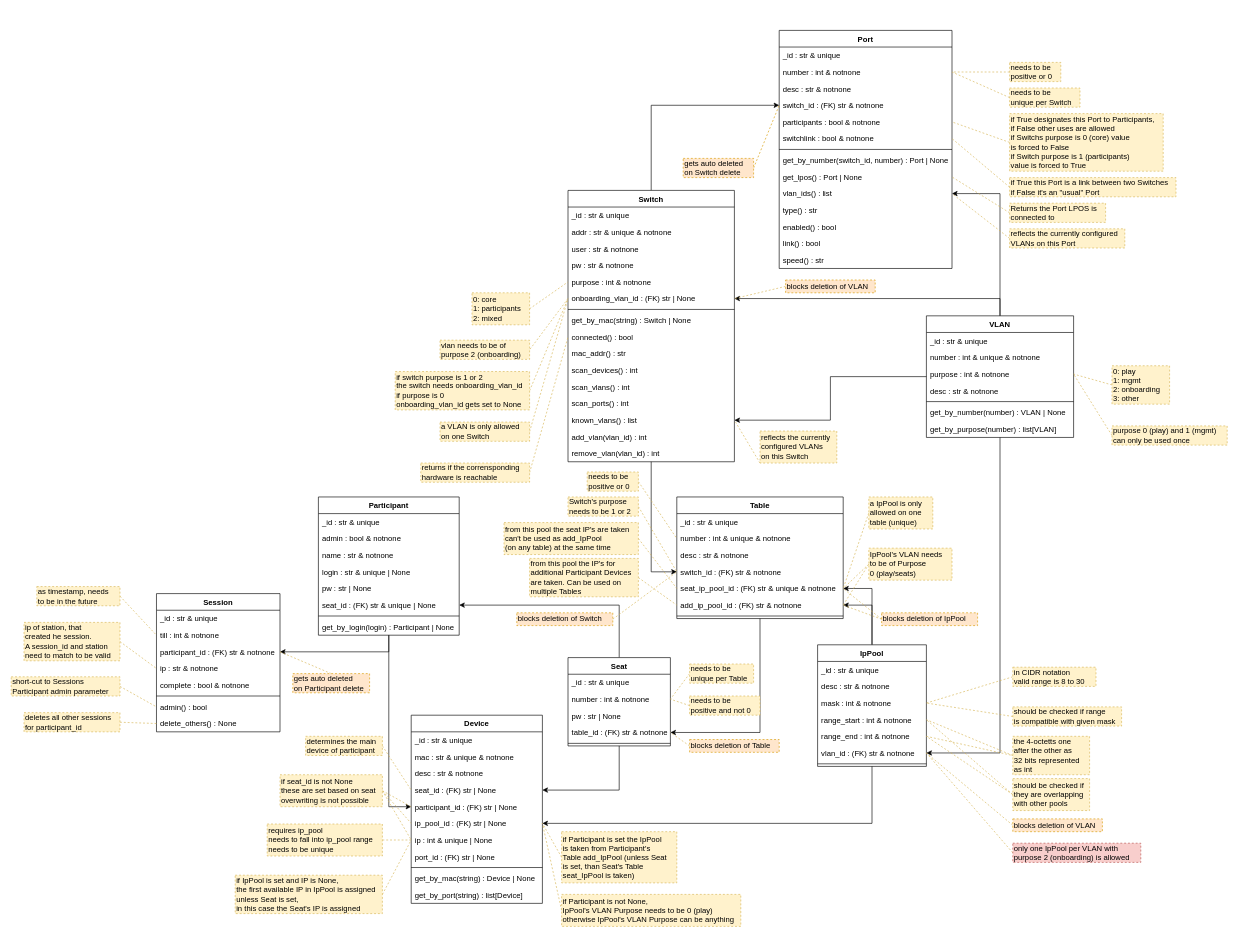
Before: docs/elements_classes.drawio in nils-ost/LanPartyOnboardingSystem, a draw.io diagram. Source tidied: cells renumbered, new cells numbered last; positions are measured from the earlier drawing's top-left corner, leaving out a move shared by most shapes. Both pictures are drawn from the tidied source at 64%, with x=0, y=0 at pixel (11, 30).
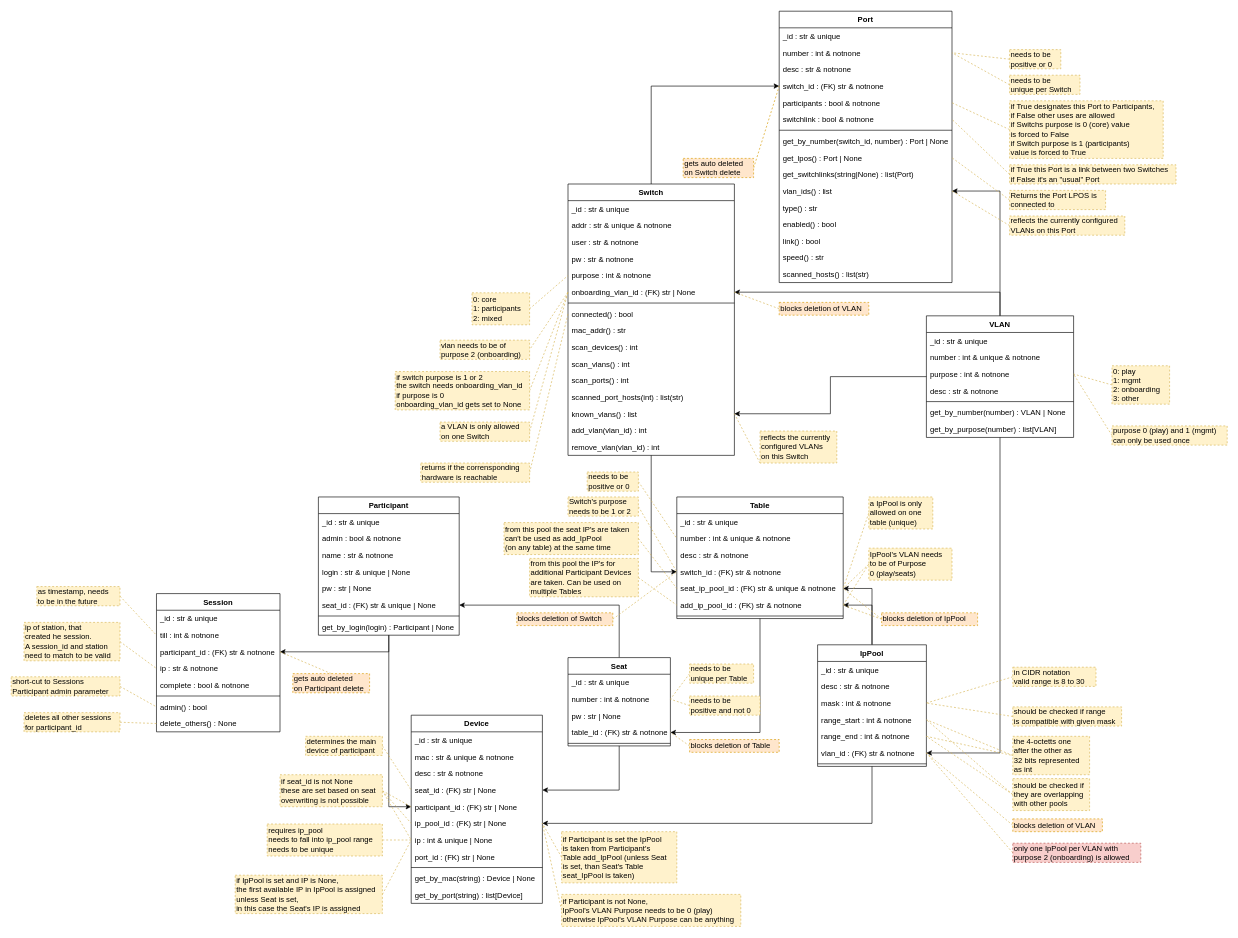
The same diagram, later.

What changed in the source:
```diff
@@
     <mxCell id="13" value="Switch" style="swimlane;fontStyle=1;align=center;verticalAlign=top;horizontal=1;startSize=26;" parent="1" vertex="1">
-      <mxGeometry x="870" y="250" width="260" height="424" as="geometry" />
+      <mxGeometry x="870" y="240" width="260" height="424" as="geometry" />
     </mxCell>
@@
-    <mxCell id="21" value="get_by_mac(string) : Switch | None" style="text;align=left;verticalAlign=top;spacingLeft=4;spacingRight=4;overflow=hidden;" parent="13" vertex="1">
-      <mxGeometry y="190" width="260" height="26" as="geometry" />
-    </mxCell>
     <mxCell id="22" value="connected() : bool" style="text;align=left;verticalAlign=top;spacingLeft=4;spacingRight=4;overflow=hidden;points=[[0,0.5],[1,0.5]];portConstraint=eastwest;" parent="13" vertex="1">
-      <mxGeometry y="216" width="260" height="26" as="geometry" />
+      <mxGeometry y="190" width="260" height="26" as="geometry" />
     </mxCell>
     <mxCell id="23" value="mac_addr() : str" style="text;align=left;verticalAlign=top;spacingLeft=4;spacingRight=4;overflow=hidden;" parent="13" vertex="1">
-      <mxGeometry y="242" width="260" height="26" as="geometry" />
+      <mxGeometry y="216" width="260" height="26" as="geometry" />
     </mxCell>
     <mxCell id="24" value="scan_devices() : int" style="text;align=left;verticalAlign=top;spacingLeft=4;spacingRight=4;overflow=hidden;" parent="13" vertex="1">
-      <mxGeometry y="268" width="260" height="26" as="geometry" />
+      <mxGeometry y="242" width="260" height="26" as="geometry" />
     </mxCell>
     <mxCell id="25" value="scan_vlans() : int" style="text;align=left;verticalAlign=top;spacingLeft=4;spacingRight=4;overflow=hidden;" parent="13" vertex="1">
-      <mxGeometry y="294" width="260" height="26" as="geometry" />
+      <mxGeometry y="268" width="260" height="26" as="geometry" />
     </mxCell>
     <mxCell id="26" value="scan_ports() : int" style="text;align=left;verticalAlign=top;spacingLeft=4;spacingRight=4;overflow=hidden;" parent="13" vertex="1">
-      <mxGeometry y="320" width="260" height="26" as="geometry" />
+      <mxGeometry y="294" width="260" height="26" as="geometry" />
     </mxCell>
+    <mxCell id="202" value="scanned_port_hosts(int) : list(str)" style="text;align=left;verticalAlign=top;spacingLeft=4;spacingRight=4;overflow=hidden;" parent="13" vertex="1">
+      <mxGeometry y="320" width="260" height="26" as="geometry" />
+    </mxCell>
@@
     <mxCell id="167" value="blocks deletion of VLAN" style="rounded=0;whiteSpace=wrap;html=1;fillColor=#ffe6cc;strokeColor=#d79b00;dashed=1;align=left;verticalAlign=middle;horizontal=1;labelPosition=center;verticalLabelPosition=middle;" parent="1" vertex="1">
-      <mxGeometry x="1210" y="390" width="140" height="20" as="geometry" />
+      <mxGeometry x="1200" y="425" width="140" height="20" as="geometry" />
     </mxCell>
@@
     <mxCell id="170" value="Port" style="swimlane;fontStyle=1;align=center;verticalAlign=top;horizontal=1;startSize=26;" parent="1" vertex="1">
-      <mxGeometry x="1200" width="270" height="372" as="geometry" />
+      <mxGeometry x="1200" y="-30" width="270" height="424" as="geometry" />
     </mxCell>
@@
+    <mxCell id="203" value="get_switchlinks(string|None) : list(Port)" style="text;align=left;verticalAlign=top;spacingLeft=4;spacingRight=4;overflow=hidden;" parent="170" vertex="1">
+      <mxGeometry y="242" width="270" height="26" as="geometry" />
+    </mxCell>
     <mxCell id="180" value="vlan_ids() : list" style="text;align=left;verticalAlign=top;spacingLeft=4;spacingRight=4;overflow=hidden;points=[[0,0.5],[1,0.5]];portConstraint=eastwest;" parent="170" vertex="1">
-      <mxGeometry y="242" width="270" height="26" as="geometry" />
+      <mxGeometry y="268" width="270" height="26" as="geometry" />
     </mxCell>
     <mxCell id="181" value="type() : str" style="text;align=left;verticalAlign=top;spacingLeft=4;spacingRight=4;overflow=hidden;" parent="170" vertex="1">
-      <mxGeometry y="268" width="270" height="26" as="geometry" />
+      <mxGeometry y="294" width="270" height="26" as="geometry" />
     </mxCell>
     <mxCell id="182" value="enabled() : bool" style="text;align=left;verticalAlign=top;spacingLeft=4;spacingRight=4;overflow=hidden;" parent="170" vertex="1">
-      <mxGeometry y="294" width="270" height="26" as="geometry" />
+      <mxGeometry y="320" width="270" height="26" as="geometry" />
     </mxCell>
     <mxCell id="183" value="link() : bool" style="text;align=left;verticalAlign=top;spacingLeft=4;spacingRight=4;overflow=hidden;" parent="170" vertex="1">
-      <mxGeometry y="320" width="270" height="26" as="geometry" />
+      <mxGeometry y="346" width="270" height="26" as="geometry" />
     </mxCell>
     <mxCell id="184" value="speed() : str" style="text;align=left;verticalAlign=top;spacingLeft=4;spacingRight=4;overflow=hidden;" parent="170" vertex="1">
-      <mxGeometry y="346" width="270" height="26" as="geometry" />
+      <mxGeometry y="372" width="270" height="26" as="geometry" />
     </mxCell>
+    <mxCell id="204" value="scanned_hosts() : list(str)" style="text;align=left;verticalAlign=top;spacingLeft=4;spacingRight=4;overflow=hidden;" parent="170" vertex="1">
+      <mxGeometry y="398" width="270" height="26" as="geometry" />
+    </mxCell>
@@
     <mxCell id="186" value="needs to be&lt;br&gt;unique per Switch" style="rounded=0;whiteSpace=wrap;html=1;fillColor=#fff2cc;strokeColor=#d6b656;dashed=1;align=left;verticalAlign=middle;horizontal=1;labelPosition=center;verticalLabelPosition=middle;" parent="1" vertex="1">
-      <mxGeometry x="1560" y="90" width="110" height="30" as="geometry" />
+      <mxGeometry x="1560" y="70" width="110" height="30" as="geometry" />
     </mxCell>
@@
     <mxCell id="188" value="if True designates this Port to Participants,&lt;br&gt;if False other uses are allowed&lt;br&gt;if Switchs purpose is 0 (core) value&lt;br&gt;is forced to False&lt;br&gt;if Switch purpose is 1 (participants)&lt;br&gt;value is forced to True" style="rounded=0;whiteSpace=wrap;html=1;fillColor=#fff2cc;strokeColor=#d6b656;dashed=1;align=left;verticalAlign=middle;horizontal=1;labelPosition=center;verticalLabelPosition=middle;" parent="1" vertex="1">
-      <mxGeometry x="1560" y="130" width="240" height="90" as="geometry" />
+      <mxGeometry x="1560" y="110" width="240" height="90" as="geometry" />
     </mxCell>
@@
     <mxCell id="190" value="reflects the currently configured&lt;br&gt;VLANs on this Port" style="rounded=0;whiteSpace=wrap;html=1;fillColor=#fff2cc;strokeColor=#d6b656;dashed=1;align=left;verticalAlign=middle;horizontal=1;labelPosition=center;verticalLabelPosition=middle;" parent="1" vertex="1">
-      <mxGeometry x="1560" y="310" width="180" height="30" as="geometry" />
+      <mxGeometry x="1560" y="290" width="180" height="30" as="geometry" />
     </mxCell>
@@
     <mxCell id="197" value="needs to be&lt;br&gt;positive or 0" style="rounded=0;whiteSpace=wrap;html=1;fillColor=#fff2cc;strokeColor=#d6b656;dashed=1;align=left;verticalAlign=middle;horizontal=1;labelPosition=center;verticalLabelPosition=middle;" parent="1" vertex="1">
-      <mxGeometry x="1560" y="50" width="80" height="30" as="geometry" />
+      <mxGeometry x="1560" y="30" width="80" height="30" as="geometry" />
     </mxCell>
@@
     <mxCell id="199" value="if True this Port is a link between two Switches&lt;br&gt;if False it's an &quot;usual&quot; Port" style="rounded=0;whiteSpace=wrap;html=1;fillColor=#fff2cc;strokeColor=#d6b656;dashed=1;align=left;verticalAlign=middle;horizontal=1;labelPosition=center;verticalLabelPosition=middle;" parent="1" vertex="1">
-      <mxGeometry x="1560" y="230" width="260" height="30" as="geometry" />
+      <mxGeometry x="1560" y="210" width="260" height="30" as="geometry" />
     </mxCell>
@@
     <mxCell id="201" value="Returns the Port LPOS is&lt;br&gt;connected to" style="rounded=0;whiteSpace=wrap;html=1;fillColor=#fff2cc;strokeColor=#d6b656;dashed=1;align=left;verticalAlign=middle;horizontal=1;labelPosition=center;verticalLabelPosition=middle;" parent="1" vertex="1">
-      <mxGeometry x="1560" y="270" width="150" height="30" as="geometry" />
+      <mxGeometry x="1560" y="250" width="150" height="30" as="geometry" />
     </mxCell>
```
